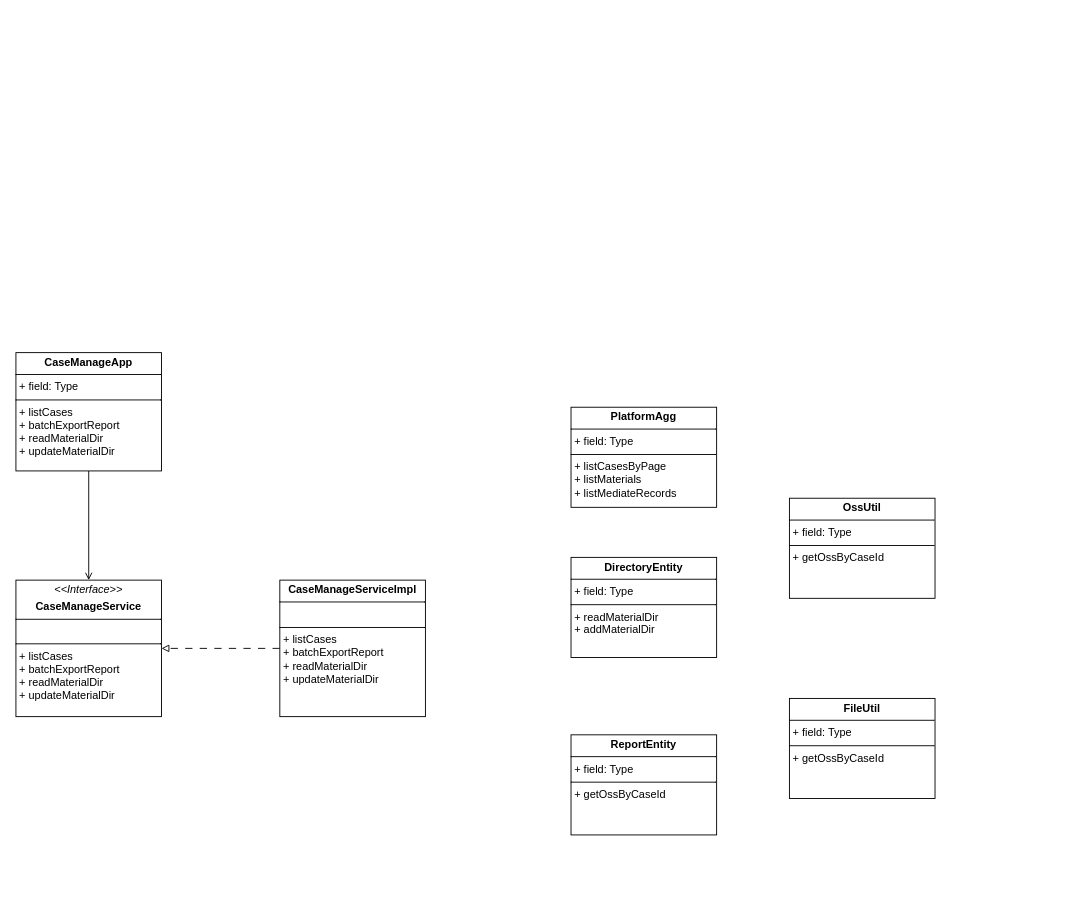
The draw.io diagram 案件管理模块类图.drawio in Lainy0605/graduate, before the edit. Source tidied: cells renumbered, new cells numbered last; positions are measured from the earlier drawing's top-left corner, leaving out a move shared by most shapes. Both pictures are drawn from the tidied source at 91%, with x=0, y=0 at pixel (15, 352).
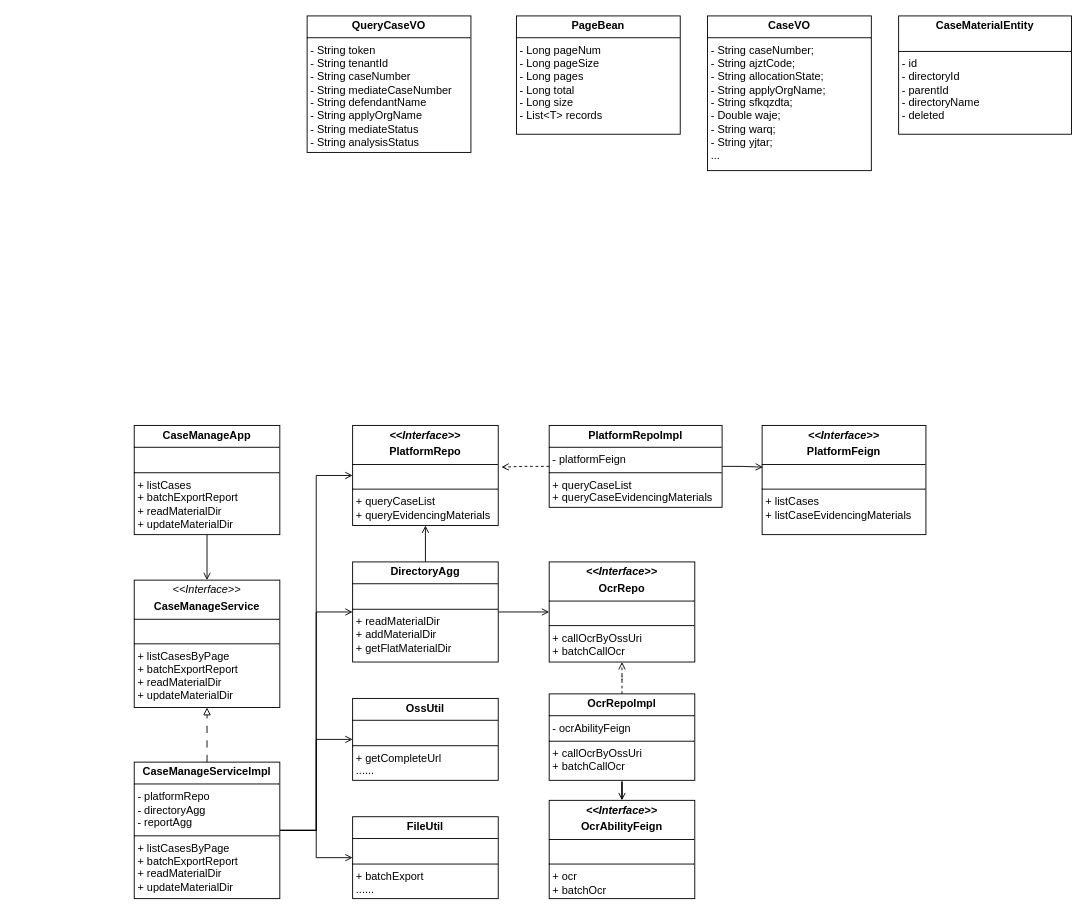
The same diagram, later.

Commit message:
更新案件管理模块类图.drawio

Change to the diagram source:
```diff
@@
-    <mxCell id="2" value="&lt;p style=&quot;margin:0px;margin-top:4px;text-align:center;&quot;&gt;&lt;i&gt;&amp;lt;&amp;lt;Interface&amp;gt;&amp;gt;&lt;/i&gt;&lt;b&gt;&lt;/b&gt;&lt;/p&gt;&lt;p style=&quot;margin:0px;margin-top:4px;text-align:center;&quot;&gt;&lt;b&gt;CaseManageService&lt;/b&gt;&lt;/p&gt;&lt;hr size=&quot;1&quot; style=&quot;border-style:solid;&quot;&gt;&lt;p style=&quot;margin:0px;margin-left:4px;&quot;&gt;&lt;br&gt;&lt;/p&gt;&lt;hr size=&quot;1&quot; style=&quot;border-style:solid;&quot;&gt;&lt;p style=&quot;margin:0px;margin-left:4px;&quot;&gt;+ listCases&lt;/p&gt;&lt;p style=&quot;margin:0px;margin-left:4px;&quot;&gt;+ batchExportReport&lt;/p&gt;&lt;p style=&quot;margin:0px;margin-left:4px;&quot;&gt;+ readMaterialDir&lt;/p&gt;&lt;p style=&quot;margin:0px;margin-left:4px;&quot;&gt;+ updateMaterialDir&lt;/p&gt;" style="verticalAlign=top;align=left;overflow=fill;html=1;whiteSpace=wrap;" parent="1" vertex="1">
-      <mxGeometry y="250" width="160" height="150" as="geometry" />
+    <mxCell id="2" value="&lt;p style=&quot;margin:0px;margin-top:4px;text-align:center;&quot;&gt;&lt;i&gt;&amp;lt;&amp;lt;Interface&amp;gt;&amp;gt;&lt;/i&gt;&lt;b&gt;&lt;/b&gt;&lt;/p&gt;&lt;p style=&quot;margin:0px;margin-top:4px;text-align:center;&quot;&gt;&lt;b&gt;CaseManageService&lt;/b&gt;&lt;/p&gt;&lt;hr size=&quot;1&quot; style=&quot;border-style:solid;&quot;&gt;&lt;p style=&quot;margin:0px;margin-left:4px;&quot;&gt;&lt;br&gt;&lt;/p&gt;&lt;hr size=&quot;1&quot; style=&quot;border-style:solid;&quot;&gt;&lt;p style=&quot;margin:0px;margin-left:4px;&quot;&gt;+ listCasesByPage&lt;/p&gt;&lt;p style=&quot;margin:0px;margin-left:4px;&quot;&gt;+ batchExportReport&lt;/p&gt;&lt;p style=&quot;margin:0px;margin-left:4px;&quot;&gt;+ readMaterialDir&lt;/p&gt;&lt;p style=&quot;margin:0px;margin-left:4px;&quot;&gt;+ updateMaterialDir&lt;/p&gt;" style="verticalAlign=top;align=left;overflow=fill;html=1;whiteSpace=wrap;" parent="1" vertex="1">
+      <mxGeometry x="130" y="250" width="160" height="140" as="geometry" />
     </mxCell>
-    <mxCell id="3" value="&lt;p style=&quot;margin:0px;margin-top:4px;text-align:center;&quot;&gt;&lt;b&gt;PlatformAgg&lt;/b&gt;&lt;/p&gt;&lt;hr size=&quot;1&quot; style=&quot;border-style:solid;&quot;&gt;&lt;p style=&quot;margin:0px;margin-left:4px;&quot;&gt;+ field: Type&lt;/p&gt;&lt;hr size=&quot;1&quot; style=&quot;border-style:solid;&quot;&gt;&lt;p style=&quot;margin:0px;margin-left:4px;&quot;&gt;+ listCasesByPage&lt;/p&gt;&lt;p style=&quot;margin:0px;margin-left:4px;&quot;&gt;+ listMaterials&lt;/p&gt;&lt;p style=&quot;margin:0px;margin-left:4px;&quot;&gt;+ listMediateRecords&lt;/p&gt;" style="verticalAlign=top;align=left;overflow=fill;html=1;whiteSpace=wrap;" parent="1" vertex="1">
-      <mxGeometry x="610" y="60" width="160" height="110" as="geometry" />
-    </mxCell>
+    <mxCell id="12" style="edgeStyle=orthogonalEdgeStyle;rounded=0;jettySize=auto;html=1;entryX=0.5;entryY=1;entryDx=0;entryDy=0;endArrow=open;endFill=0;" parent="1" edge="1" source="4" target="20">
+      <mxGeometry relative="1" as="geometry" />
+    </mxCell>
+    <mxCell id="13" style="edgeStyle=orthogonalEdgeStyle;rounded=0;jettySize=auto;html=1;endArrow=open;endFill=0;" parent="1" edge="1" source="4" target="27">
+      <mxGeometry relative="1" as="geometry" />
+    </mxCell>
-    <mxCell id="4" value="&lt;p style=&quot;margin:0px;margin-top:4px;text-align:center;&quot;&gt;&lt;b&gt;DirectoryEntity&lt;/b&gt;&lt;/p&gt;&lt;hr size=&quot;1&quot; style=&quot;border-style:solid;&quot;&gt;&lt;p style=&quot;margin:0px;margin-left:4px;&quot;&gt;+ field: Type&lt;/p&gt;&lt;hr size=&quot;1&quot; style=&quot;border-style:solid;&quot;&gt;&lt;p style=&quot;margin:0px;margin-left:4px;&quot;&gt;+ readMaterialDir&lt;/p&gt;&lt;p style=&quot;margin:0px;margin-left:4px;&quot;&gt;+ addMaterialDir&lt;/p&gt;" style="verticalAlign=top;align=left;overflow=fill;html=1;whiteSpace=wrap;" parent="1" vertex="1">
-      <mxGeometry x="610" y="225" width="160" height="110" as="geometry" />
+    <mxCell id="4" value="&lt;p style=&quot;margin:0px;margin-top:4px;text-align:center;&quot;&gt;&lt;b&gt;DirectoryAgg&lt;/b&gt;&lt;/p&gt;&lt;hr size=&quot;1&quot; style=&quot;border-style:solid;&quot;&gt;&lt;p style=&quot;margin:0px;margin-left:4px;&quot;&gt;&lt;br&gt;&lt;/p&gt;&lt;hr size=&quot;1&quot; style=&quot;border-style:solid;&quot;&gt;&lt;p style=&quot;margin:0px;margin-left:4px;&quot;&gt;+ readMaterialDir&lt;/p&gt;&lt;p style=&quot;margin:0px;margin-left:4px;&quot;&gt;+ addMaterialDir&lt;/p&gt;&lt;p style=&quot;margin:0px;margin-left:4px;&quot;&gt;+ getFlatMaterialDir&lt;/p&gt;" style="verticalAlign=top;align=left;overflow=fill;html=1;whiteSpace=wrap;" parent="1" vertex="1">
+      <mxGeometry x="370" y="230" width="160" height="110" as="geometry" />
     </mxCell>
@@
-    <mxCell id="6" value="&lt;p style=&quot;margin:0px;margin-top:4px;text-align:center;&quot;&gt;&lt;b&gt;CaseManageApp&lt;/b&gt;&lt;/p&gt;&lt;hr size=&quot;1&quot; style=&quot;border-style:solid;&quot;&gt;&lt;p style=&quot;margin:0px;margin-left:4px;&quot;&gt;+ field: Type&lt;/p&gt;&lt;hr size=&quot;1&quot; style=&quot;border-style:solid;&quot;&gt;&lt;p style=&quot;margin: 0px 0px 0px 4px;&quot;&gt;+ listCases&lt;/p&gt;&lt;p style=&quot;margin: 0px 0px 0px 4px;&quot;&gt;&lt;span style=&quot;background-color: transparent; color: light-dark(rgb(0, 0, 0), rgb(255, 255, 255));&quot;&gt;+ batchExportReport&lt;/span&gt;&lt;/p&gt;&lt;p style=&quot;margin: 0px 0px 0px 4px;&quot;&gt;+ readMaterialDir&lt;/p&gt;&lt;p style=&quot;margin: 0px 0px 0px 4px;&quot;&gt;+ updateMaterialDir&lt;/p&gt;" style="verticalAlign=top;align=left;overflow=fill;html=1;whiteSpace=wrap;" parent="1" vertex="1">
-      <mxGeometry width="160" height="130" as="geometry" />
+    <mxCell id="6" value="&lt;p style=&quot;margin:0px;margin-top:4px;text-align:center;&quot;&gt;&lt;b&gt;CaseManageApp&lt;/b&gt;&lt;/p&gt;&lt;hr size=&quot;1&quot; style=&quot;border-style:solid;&quot;&gt;&lt;p style=&quot;margin:0px;margin-left:4px;&quot;&gt;&lt;br&gt;&lt;/p&gt;&lt;hr size=&quot;1&quot; style=&quot;border-style:solid;&quot;&gt;&lt;p style=&quot;margin: 0px 0px 0px 4px;&quot;&gt;+ listCases&lt;/p&gt;&lt;p style=&quot;margin: 0px 0px 0px 4px;&quot;&gt;&lt;span style=&quot;background-color: transparent; color: light-dark(rgb(0, 0, 0), rgb(255, 255, 255));&quot;&gt;+ batchExportReport&lt;/span&gt;&lt;/p&gt;&lt;p style=&quot;margin: 0px 0px 0px 4px;&quot;&gt;+ readMaterialDir&lt;/p&gt;&lt;p style=&quot;margin: 0px 0px 0px 4px;&quot;&gt;+ updateMaterialDir&lt;/p&gt;" style="verticalAlign=top;align=left;overflow=fill;html=1;whiteSpace=wrap;" parent="1" vertex="1">
+      <mxGeometry x="130" y="80" width="160" height="120" as="geometry" />
     </mxCell>
-    <mxCell id="7" style="edgeStyle=orthogonalEdgeStyle;rounded=0;jettySize=auto;html=1;entryX=1;entryY=0.5;entryDx=0;entryDy=0;endArrow=block;endFill=0;dashed=1;dashPattern=8 8;" parent="1" edge="1" source="8" target="2">
+    <mxCell id="7" style="edgeStyle=orthogonalEdgeStyle;rounded=0;jettySize=auto;html=1;entryX=0.5;entryY=1;entryDx=0;entryDy=0;endArrow=block;endFill=0;dashed=1;dashPattern=8 8;" parent="1" edge="1" source="8" target="2">
       <mxGeometry relative="1" as="geometry" />
     </mxCell>
+    <mxCell id="14" style="edgeStyle=orthogonalEdgeStyle;rounded=0;jettySize=auto;html=1;entryX=0;entryY=0.5;entryDx=0;entryDy=0;endArrow=open;endFill=0;" parent="1" edge="1" source="8" target="20">
+      <mxGeometry relative="1" as="geometry" />
+    </mxCell>
+    <mxCell id="15" style="edgeStyle=orthogonalEdgeStyle;rounded=0;jettySize=auto;html=1;entryX=0;entryY=0.5;entryDx=0;entryDy=0;endArrow=open;endFill=0;" parent="1" edge="1" source="8" target="4">
+      <mxGeometry relative="1" as="geometry" />
+    </mxCell>
+    <mxCell id="16" style="edgeStyle=orthogonalEdgeStyle;rounded=0;jettySize=auto;html=1;endArrow=open;endFill=0;" parent="1" edge="1" source="8" target="11">
+      <mxGeometry relative="1" as="geometry" />
+    </mxCell>
+    <mxCell id="17" style="edgeStyle=orthogonalEdgeStyle;rounded=0;jettySize=auto;html=1;entryX=0;entryY=0.5;entryDx=0;entryDy=0;endArrow=open;endFill=0;" parent="1" edge="1" source="8" target="10">
+      <mxGeometry relative="1" as="geometry" />
+    </mxCell>
-    <mxCell id="8" value="&lt;p style=&quot;margin:0px;margin-top:4px;text-align:center;&quot;&gt;&lt;b style=&quot;background-color: transparent; color: light-dark(rgb(0, 0, 0), rgb(255, 255, 255));&quot;&gt;CaseManageServiceImpl&lt;/b&gt;&lt;/p&gt;&lt;hr size=&quot;1&quot; style=&quot;border-style:solid;&quot;&gt;&lt;p style=&quot;margin:0px;margin-left:4px;&quot;&gt;&lt;br&gt;&lt;/p&gt;&lt;hr size=&quot;1&quot; style=&quot;border-style:solid;&quot;&gt;&lt;p style=&quot;margin:0px;margin-left:4px;&quot;&gt;+ listCases&lt;/p&gt;&lt;p style=&quot;margin:0px;margin-left:4px;&quot;&gt;+ batchExportReport&lt;/p&gt;&lt;p style=&quot;margin:0px;margin-left:4px;&quot;&gt;+ readMaterialDir&lt;/p&gt;&lt;p style=&quot;margin:0px;margin-left:4px;&quot;&gt;+ updateMaterialDir&lt;/p&gt;" style="verticalAlign=top;align=left;overflow=fill;html=1;whiteSpace=wrap;" parent="1" vertex="1">
-      <mxGeometry x="290" y="250" width="160" height="150" as="geometry" />
+    <mxCell id="8" value="&lt;p style=&quot;margin:0px;margin-top:4px;text-align:center;&quot;&gt;&lt;b style=&quot;background-color: transparent; color: light-dark(rgb(0, 0, 0), rgb(255, 255, 255));&quot;&gt;CaseManageServiceImpl&lt;/b&gt;&lt;/p&gt;&lt;hr size=&quot;1&quot; style=&quot;border-style:solid;&quot;&gt;&lt;p style=&quot;margin:0px;margin-left:4px;&quot;&gt;- platformRepo&lt;/p&gt;&lt;p style=&quot;margin:0px;margin-left:4px;&quot;&gt;- directoryAgg&lt;/p&gt;&lt;p style=&quot;margin:0px;margin-left:4px;&quot;&gt;- reportAgg&lt;/p&gt;&lt;hr size=&quot;1&quot; style=&quot;border-style:solid;&quot;&gt;&lt;p style=&quot;margin:0px;margin-left:4px;&quot;&gt;+ listCasesByPage&lt;/p&gt;&lt;p style=&quot;margin:0px;margin-left:4px;&quot;&gt;+ batchExportReport&lt;/p&gt;&lt;p style=&quot;margin:0px;margin-left:4px;&quot;&gt;+ readMaterialDir&lt;/p&gt;&lt;p style=&quot;margin:0px;margin-left:4px;&quot;&gt;+ updateMaterialDir&lt;/p&gt;" style="verticalAlign=top;align=left;overflow=fill;html=1;whiteSpace=wrap;" parent="1" vertex="1">
+      <mxGeometry x="130" y="450" width="160" height="150" as="geometry" />
     </mxCell>
-    <mxCell id="9" value="&lt;p style=&quot;margin:0px;margin-top:4px;text-align:center;&quot;&gt;&lt;b&gt;ReportEntity&lt;/b&gt;&lt;/p&gt;&lt;hr size=&quot;1&quot; style=&quot;border-style:solid;&quot;&gt;&lt;p style=&quot;margin:0px;margin-left:4px;&quot;&gt;+ field: Type&lt;/p&gt;&lt;hr size=&quot;1&quot; style=&quot;border-style:solid;&quot;&gt;&lt;p style=&quot;margin:0px;margin-left:4px;&quot;&gt;+ getOssByCaseId&lt;/p&gt;" style="verticalAlign=top;align=left;overflow=fill;html=1;whiteSpace=wrap;" parent="1" vertex="1">
-      <mxGeometry x="610" y="420" width="160" height="110" as="geometry" />
-    </mxCell>
-    <mxCell id="10" value="&lt;p style=&quot;margin:0px;margin-top:4px;text-align:center;&quot;&gt;&lt;b&gt;FileUtil&lt;/b&gt;&lt;/p&gt;&lt;hr size=&quot;1&quot; style=&quot;border-style:solid;&quot;&gt;&lt;p style=&quot;margin:0px;margin-left:4px;&quot;&gt;+ field: Type&lt;/p&gt;&lt;hr size=&quot;1&quot; style=&quot;border-style:solid;&quot;&gt;&lt;p style=&quot;margin:0px;margin-left:4px;&quot;&gt;+ getOssByCaseId&lt;/p&gt;" style="verticalAlign=top;align=left;overflow=fill;html=1;whiteSpace=wrap;" parent="1" vertex="1">
-      <mxGeometry x="850" y="380" width="160" height="110" as="geometry" />
+    <mxCell id="10" value="&lt;p style=&quot;margin:0px;margin-top:4px;text-align:center;&quot;&gt;&lt;b&gt;FileUtil&lt;/b&gt;&lt;/p&gt;&lt;hr size=&quot;1&quot; style=&quot;border-style:solid;&quot;&gt;&lt;p style=&quot;margin:0px;margin-left:4px;&quot;&gt;&lt;br&gt;&lt;/p&gt;&lt;hr size=&quot;1&quot; style=&quot;border-style:solid;&quot;&gt;&lt;p style=&quot;margin:0px;margin-left:4px;&quot;&gt;+ batchExport&lt;/p&gt;&lt;p style=&quot;margin:0px;margin-left:4px;&quot;&gt;......&lt;/p&gt;" style="verticalAlign=top;align=left;overflow=fill;html=1;whiteSpace=wrap;" parent="1" vertex="1">
+      <mxGeometry x="370" y="510" width="160" height="90" as="geometry" />
     </mxCell>
-    <mxCell id="11" value="&lt;p style=&quot;margin:0px;margin-top:4px;text-align:center;&quot;&gt;&lt;b&gt;OssUtil&lt;/b&gt;&lt;/p&gt;&lt;hr size=&quot;1&quot; style=&quot;border-style:solid;&quot;&gt;&lt;p style=&quot;margin:0px;margin-left:4px;&quot;&gt;+ field: Type&lt;/p&gt;&lt;hr size=&quot;1&quot; style=&quot;border-style:solid;&quot;&gt;&lt;p style=&quot;margin:0px;margin-left:4px;&quot;&gt;+ getOssByCaseId&lt;/p&gt;" style="verticalAlign=top;align=left;overflow=fill;html=1;whiteSpace=wrap;" parent="1" vertex="1">
-      <mxGeometry x="850" y="160" width="160" height="110" as="geometry" />
+    <mxCell id="11" value="&lt;p style=&quot;margin:0px;margin-top:4px;text-align:center;&quot;&gt;&lt;b&gt;OssUtil&lt;/b&gt;&lt;/p&gt;&lt;hr size=&quot;1&quot; style=&quot;border-style:solid;&quot;&gt;&lt;p style=&quot;margin:0px;margin-left:4px;&quot;&gt;&lt;br&gt;&lt;/p&gt;&lt;hr size=&quot;1&quot; style=&quot;border-style:solid;&quot;&gt;&lt;p style=&quot;margin:0px;margin-left:4px;&quot;&gt;+ getCompleteUrl&lt;/p&gt;&lt;p style=&quot;margin:0px;margin-left:4px;&quot;&gt;......&lt;/p&gt;" style="verticalAlign=top;align=left;overflow=fill;html=1;whiteSpace=wrap;" parent="1" vertex="1">
+      <mxGeometry x="370" y="380" width="160" height="90" as="geometry" />
     </mxCell>
+    <mxCell id="18" style="edgeStyle=orthogonalEdgeStyle;rounded=0;jettySize=auto;html=1;entryX=0.005;entryY=0.382;entryDx=0;entryDy=0;endArrow=open;endFill=0;entryPerimeter=0;" parent="1" edge="1" source="19" target="25">
+      <mxGeometry relative="1" as="geometry" />
+    </mxCell>
+    <mxCell id="19" value="&lt;p style=&quot;margin:0px;margin-top:4px;text-align:center;&quot;&gt;&lt;b&gt;PlatformRepoImpl&lt;/b&gt;&lt;/p&gt;&lt;hr size=&quot;1&quot; style=&quot;border-style:solid;&quot;&gt;&lt;p style=&quot;margin:0px;margin-left:4px;&quot;&gt;- platformFeign&lt;/p&gt;&lt;hr size=&quot;1&quot; style=&quot;border-style:solid;&quot;&gt;&lt;p style=&quot;margin:0px;margin-left:4px;&quot;&gt;+ queryCaseList&lt;/p&gt;&lt;p style=&quot;margin:0px;margin-left:4px;&quot;&gt;+ queryCaseEvidencingMaterials&lt;/p&gt;" style="verticalAlign=top;align=left;overflow=fill;html=1;whiteSpace=wrap;" parent="1" vertex="1">
+      <mxGeometry x="586" y="80" width="190" height="90" as="geometry" />
+    </mxCell>
+    <mxCell id="20" value="&lt;p style=&quot;margin:0px;margin-top:4px;text-align:center;&quot;&gt;&lt;b&gt;&lt;i&gt;&amp;lt;&amp;lt;Interface&amp;gt;&amp;gt;&lt;/i&gt;&lt;/b&gt;&lt;/p&gt;&lt;p style=&quot;margin:0px;margin-top:4px;text-align:center;&quot;&gt;&lt;b&gt;PlatformRepo&lt;/b&gt;&lt;/p&gt;&lt;hr size=&quot;1&quot; style=&quot;border-style:solid;&quot;&gt;&lt;p style=&quot;margin:0px;margin-left:4px;&quot;&gt;&lt;br&gt;&lt;/p&gt;&lt;hr size=&quot;1&quot; style=&quot;border-style:solid;&quot;&gt;&lt;p style=&quot;margin:0px;margin-left:4px;&quot;&gt;&lt;span style=&quot;background-color: transparent; color: light-dark(rgb(0, 0, 0), rgb(255, 255, 255));&quot;&gt;+ queryCaseList&lt;/span&gt;&lt;/p&gt;&lt;p style=&quot;margin:0px;margin-left:4px;&quot;&gt;+ queryEvidencingMaterials&lt;/p&gt;" style="verticalAlign=top;align=left;overflow=fill;html=1;whiteSpace=wrap;" parent="1" vertex="1">
+      <mxGeometry x="370" y="80" width="160" height="110" as="geometry" />
+    </mxCell>
+    <mxCell id="21" style="edgeStyle=orthogonalEdgeStyle;rounded=0;jettySize=auto;html=1;entryX=1.022;entryY=0.417;entryDx=0;entryDy=0;entryPerimeter=0;endArrow=open;endFill=0;dashed=1;" parent="1" edge="1" source="19" target="20">
+      <mxGeometry relative="1" as="geometry" />
+    </mxCell>
+    <mxCell id="22" value="&lt;p style=&quot;margin:0px;margin-top:4px;text-align:center;&quot;&gt;&lt;b&gt;QueryCaseVO&lt;/b&gt;&lt;/p&gt;&lt;hr size=&quot;1&quot; style=&quot;border-style:solid;&quot;&gt;&lt;p style=&quot;margin:0px;margin-left:4px;&quot;&gt;- String token&lt;/p&gt;&lt;p style=&quot;margin:0px;margin-left:4px;&quot;&gt;- String tenantId&lt;/p&gt;&lt;p style=&quot;margin:0px;margin-left:4px;&quot;&gt;- String caseNumber&lt;/p&gt;&lt;p style=&quot;margin:0px;margin-left:4px;&quot;&gt;- String mediateCaseNumber&lt;/p&gt;&lt;p style=&quot;margin:0px;margin-left:4px;&quot;&gt;- String defendantName&lt;/p&gt;&lt;p style=&quot;margin:0px;margin-left:4px;&quot;&gt;- String applyOrgName&lt;/p&gt;&lt;p style=&quot;margin:0px;margin-left:4px;&quot;&gt;- String mediateStatus&lt;/p&gt;&lt;p style=&quot;margin:0px;margin-left:4px;&quot;&gt;- String analysisStatus&lt;/p&gt;&lt;p style=&quot;margin:0px;margin-left:4px;&quot;&gt;&lt;br&gt;&lt;/p&gt;" style="verticalAlign=top;align=left;overflow=fill;html=1;whiteSpace=wrap;" parent="1" vertex="1">
+      <mxGeometry x="320" y="-370" width="180" height="150" as="geometry" />
+    </mxCell>
+    <mxCell id="23" value="&lt;p style=&quot;margin:0px;margin-top:4px;text-align:center;&quot;&gt;&lt;b&gt;PageBean&lt;/b&gt;&lt;/p&gt;&lt;hr size=&quot;1&quot; style=&quot;border-style:solid;&quot;&gt;&lt;p style=&quot;margin:0px;margin-left:4px;&quot;&gt;- Long pageNum&lt;/p&gt;&lt;p style=&quot;margin:0px;margin-left:4px;&quot;&gt;- Long pageSize&lt;/p&gt;&lt;p style=&quot;margin:0px;margin-left:4px;&quot;&gt;- Long pages&lt;/p&gt;&lt;p style=&quot;margin:0px;margin-left:4px;&quot;&gt;- Long total&lt;/p&gt;&lt;p style=&quot;margin:0px;margin-left:4px;&quot;&gt;- Long size&lt;/p&gt;&lt;p style=&quot;margin:0px;margin-left:4px;&quot;&gt;- List&amp;lt;T&amp;gt; records&lt;/p&gt;&lt;p style=&quot;margin:0px;margin-left:4px;&quot;&gt;&lt;br&gt;&lt;/p&gt;" style="verticalAlign=top;align=left;overflow=fill;html=1;whiteSpace=wrap;" parent="1" vertex="1">
+      <mxGeometry x="550" y="-370" width="180" height="130" as="geometry" />
+    </mxCell>
+    <mxCell id="24" value="&lt;p style=&quot;margin:0px;margin-top:4px;text-align:center;&quot;&gt;&lt;b&gt;CaseVO&lt;/b&gt;&lt;/p&gt;&lt;hr size=&quot;1&quot; style=&quot;border-style:solid;&quot;&gt;&lt;p style=&quot;margin:0px;margin-left:4px;&quot;&gt;- String caseNumber;&lt;/p&gt;&lt;p style=&quot;margin:0px;margin-left:4px;&quot;&gt;- String ajztCode;&lt;/p&gt;&lt;p style=&quot;margin:0px;margin-left:4px;&quot;&gt;- String allocationState;&lt;/p&gt;&lt;p style=&quot;margin:0px;margin-left:4px;&quot;&gt;- String applyOrgName;&lt;/p&gt;&lt;p style=&quot;margin:0px;margin-left:4px;&quot;&gt;- String sfkqzdta;&lt;/p&gt;&lt;p style=&quot;margin:0px;margin-left:4px;&quot;&gt;- Double waje;&lt;/p&gt;&lt;p style=&quot;margin:0px;margin-left:4px;&quot;&gt;- String warq;&lt;/p&gt;&lt;p style=&quot;margin:0px;margin-left:4px;&quot;&gt;- String yjtar;&lt;/p&gt;&lt;p style=&quot;margin:0px;margin-left:4px;&quot;&gt;...&lt;/p&gt;&lt;p style=&quot;margin:0px;margin-left:4px;&quot;&gt;&lt;br&gt;&lt;/p&gt;" style="verticalAlign=top;align=left;overflow=fill;html=1;whiteSpace=wrap;" parent="1" vertex="1">
+      <mxGeometry x="760" y="-370" width="180" height="170" as="geometry" />
+    </mxCell>
+    <mxCell id="25" value="&lt;p style=&quot;margin:0px;margin-top:4px;text-align:center;&quot;&gt;&lt;b&gt;&lt;i&gt;&amp;lt;&amp;lt;Interface&amp;gt;&amp;gt;&lt;/i&gt;&lt;/b&gt;&lt;/p&gt;&lt;p style=&quot;margin:0px;margin-top:4px;text-align:center;&quot;&gt;&lt;b&gt;PlatformFeign&lt;/b&gt;&lt;/p&gt;&lt;hr size=&quot;1&quot; style=&quot;border-style:solid;&quot;&gt;&lt;p style=&quot;margin:0px;margin-left:4px;&quot;&gt;&lt;br&gt;&lt;/p&gt;&lt;hr size=&quot;1&quot; style=&quot;border-style:solid;&quot;&gt;&lt;p style=&quot;margin:0px;margin-left:4px;&quot;&gt;+ listCases&lt;/p&gt;&lt;p style=&quot;margin:0px;margin-left:4px;&quot;&gt;+ listCaseEvidencingMaterials&lt;/p&gt;&lt;p style=&quot;margin:0px;margin-left:4px;&quot;&gt;&lt;br&gt;&lt;/p&gt;" style="verticalAlign=top;align=left;overflow=fill;html=1;whiteSpace=wrap;" parent="1" vertex="1">
+      <mxGeometry x="820" y="80" width="180" height="120" as="geometry" />
+    </mxCell>
+    <mxCell id="26" value="&lt;p style=&quot;margin:0px;margin-top:4px;text-align:center;&quot;&gt;&lt;b&gt;CaseMaterialEntity&lt;/b&gt;&lt;/p&gt;&lt;br&gt;&lt;hr size=&quot;1&quot; style=&quot;border-style:solid;&quot;&gt;&lt;p style=&quot;margin:0px;margin-left:4px;&quot;&gt;- id&amp;nbsp;&lt;/p&gt;&lt;p style=&quot;margin:0px;margin-left:4px;&quot;&gt;- directoryId&lt;/p&gt;&lt;p style=&quot;margin:0px;margin-left:4px;&quot;&gt;- parentId&lt;/p&gt;&lt;p style=&quot;margin:0px;margin-left:4px;&quot;&gt;- directoryName&lt;br&gt;- deleted&lt;/p&gt;" style="verticalAlign=top;align=left;overflow=fill;html=1;whiteSpace=wrap;" parent="1" vertex="1">
+      <mxGeometry x="970" y="-370" width="190" height="130" as="geometry" />
+    </mxCell>
+    <mxCell id="27" value="&lt;p style=&quot;margin:0px;margin-top:4px;text-align:center;&quot;&gt;&lt;b&gt;&lt;i&gt;&amp;lt;&amp;lt;Interface&amp;gt;&amp;gt;&lt;/i&gt;&lt;/b&gt;&lt;/p&gt;&lt;p style=&quot;margin:0px;margin-top:4px;text-align:center;&quot;&gt;&lt;b&gt;OcrRepo&lt;/b&gt;&lt;/p&gt;&lt;hr size=&quot;1&quot; style=&quot;border-style:solid;&quot;&gt;&lt;p style=&quot;margin:0px;margin-left:4px;&quot;&gt;&lt;br&gt;&lt;/p&gt;&lt;hr size=&quot;1&quot; style=&quot;border-style:solid;&quot;&gt;&lt;p style=&quot;margin:0px;margin-left:4px;&quot;&gt;+ callOcrByOssUri&lt;/p&gt;&lt;p style=&quot;margin:0px;margin-left:4px;&quot;&gt;+ batchCallOcr&lt;/p&gt;" style="verticalAlign=top;align=left;overflow=fill;html=1;whiteSpace=wrap;" parent="1" vertex="1">
+      <mxGeometry x="586" y="230" width="160" height="110" as="geometry" />
+    </mxCell>
+    <mxCell id="28" value="&lt;p style=&quot;margin:0px;margin-top:4px;text-align:center;&quot;&gt;&lt;b&gt;&lt;i&gt;&amp;lt;&amp;lt;Interface&amp;gt;&amp;gt;&lt;/i&gt;&lt;/b&gt;&lt;/p&gt;&lt;p style=&quot;margin:0px;margin-top:4px;text-align:center;&quot;&gt;&lt;b style=&quot;background-color: transparent; color: light-dark(rgb(0, 0, 0), rgb(255, 255, 255));&quot;&gt;OcrAbilityFeign&lt;/b&gt;&lt;/p&gt;&lt;hr size=&quot;1&quot; style=&quot;border-style:solid;&quot;&gt;&lt;p style=&quot;margin:0px;margin-left:4px;&quot;&gt;&lt;br&gt;&lt;/p&gt;&lt;hr size=&quot;1&quot; style=&quot;border-style:solid;&quot;&gt;&lt;p style=&quot;margin:0px;margin-left:4px;&quot;&gt;+ ocr&lt;/p&gt;&lt;p style=&quot;margin:0px;margin-left:4px;&quot;&gt;+ batchOcr&lt;/p&gt;" style="verticalAlign=top;align=left;overflow=fill;html=1;whiteSpace=wrap;" parent="1" vertex="1">
+      <mxGeometry x="586" y="492" width="160" height="108" as="geometry" />
+    </mxCell>
+    <mxCell id="29" style="edgeStyle=orthogonalEdgeStyle;rounded=0;jettySize=auto;html=1;entryX=0.5;entryY=0;entryDx=0;entryDy=0;endArrow=open;endFill=0;" parent="1" edge="1" source="31" target="28">
+      <mxGeometry relative="1" as="geometry" />
+    </mxCell>
+    <mxCell id="30" style="edgeStyle=orthogonalEdgeStyle;rounded=0;jettySize=auto;html=1;endArrow=open;endFill=0;dashed=1;" parent="1" edge="1" source="31" target="27">
+      <mxGeometry relative="1" as="geometry" />
+    </mxCell>
+    <mxCell id="31" value="&lt;p style=&quot;margin:0px;margin-top:4px;text-align:center;&quot;&gt;&lt;b style=&quot;background-color: transparent; color: light-dark(rgb(0, 0, 0), rgb(255, 255, 255));&quot;&gt;OcrRepoImpl&lt;/b&gt;&lt;/p&gt;&lt;hr size=&quot;1&quot; style=&quot;border-style:solid;&quot;&gt;&lt;p style=&quot;margin:0px;margin-left:4px;&quot;&gt;- ocrAbilityFeign&lt;/p&gt;&lt;hr size=&quot;1&quot; style=&quot;border-style:solid;&quot;&gt;&lt;p style=&quot;margin:0px;margin-left:4px;&quot;&gt;+ callOcrByOssUri&lt;/p&gt;&lt;p style=&quot;margin:0px;margin-left:4px;&quot;&gt;+ batchCallOcr&lt;/p&gt;" style="verticalAlign=top;align=left;overflow=fill;html=1;whiteSpace=wrap;" parent="1" vertex="1">
+      <mxGeometry x="586" y="375" width="160" height="95" as="geometry" />
+    </mxCell>
```
